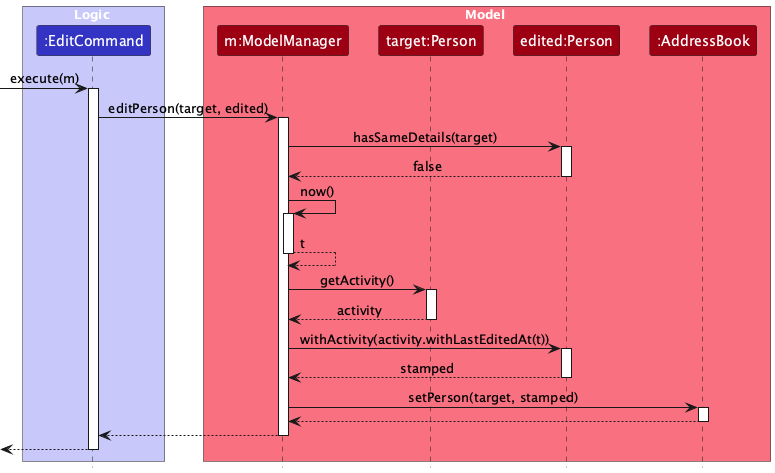
The PlantUML diagram docs/images/EditActivitySequenceDiagram.png in AY2627S1-CS2103T-W12-2/tp, before a commit.
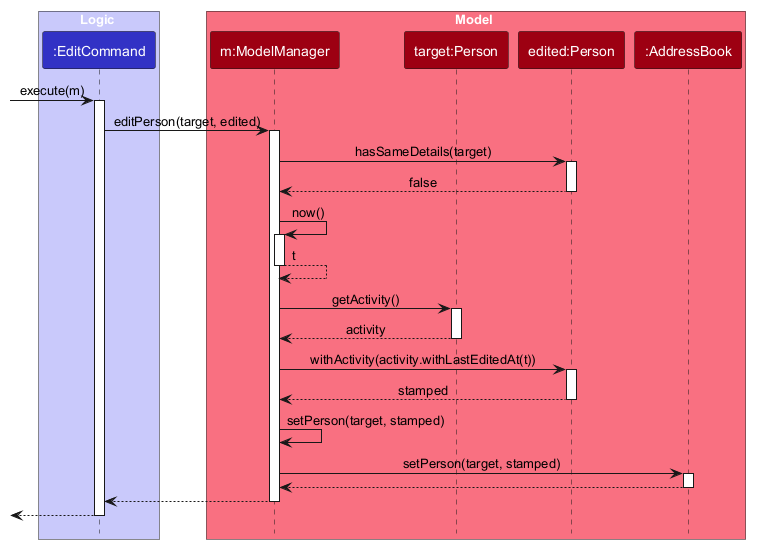
The same file after the commit.

Change to the diagram source:
```diff
@@ -39,6 +39,7 @@
 Edited --> Model : stamped
 deactivate Edited
 
+Model -> Model : setPerson(target, stamped)
 Model -> AddressBook : setPerson(target, stamped)
 activate AddressBook
 AddressBook --> Model
```
